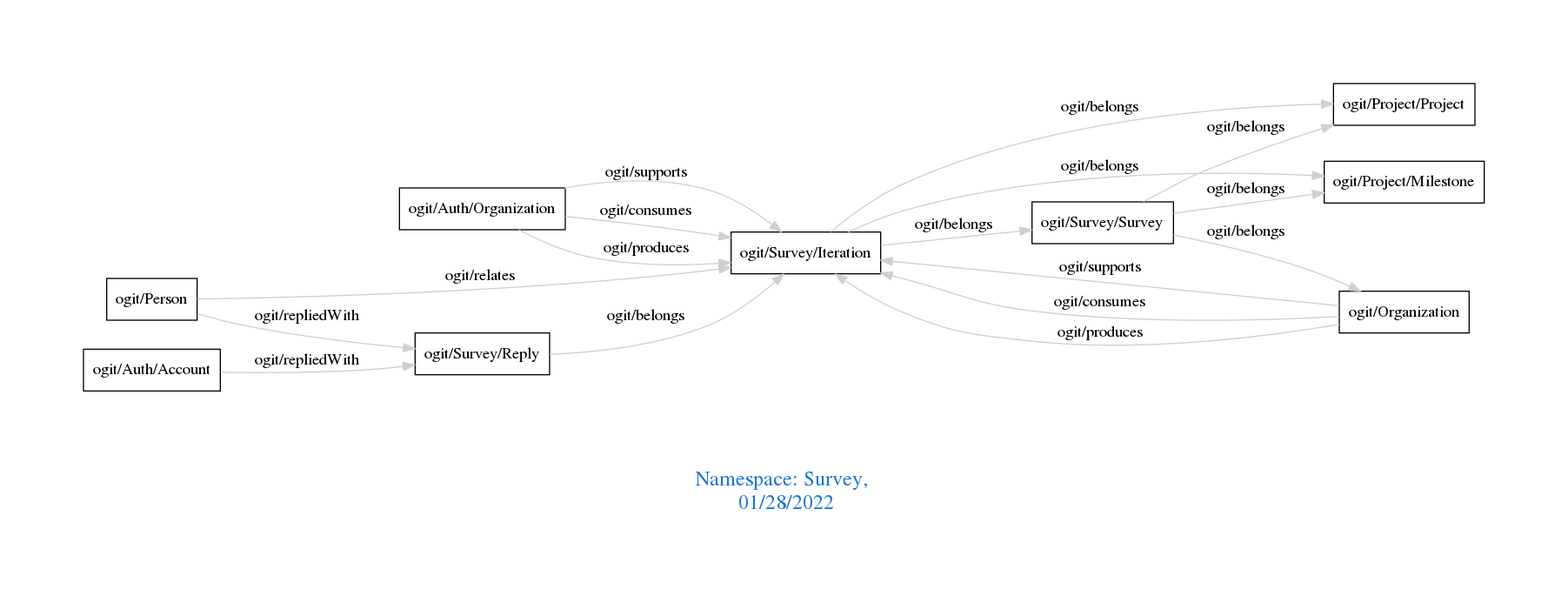
Above: downloads/Survey.png in arago/OGIT (Graphviz), before the change. Its source is kept beside it as downloads/Survey.dot.
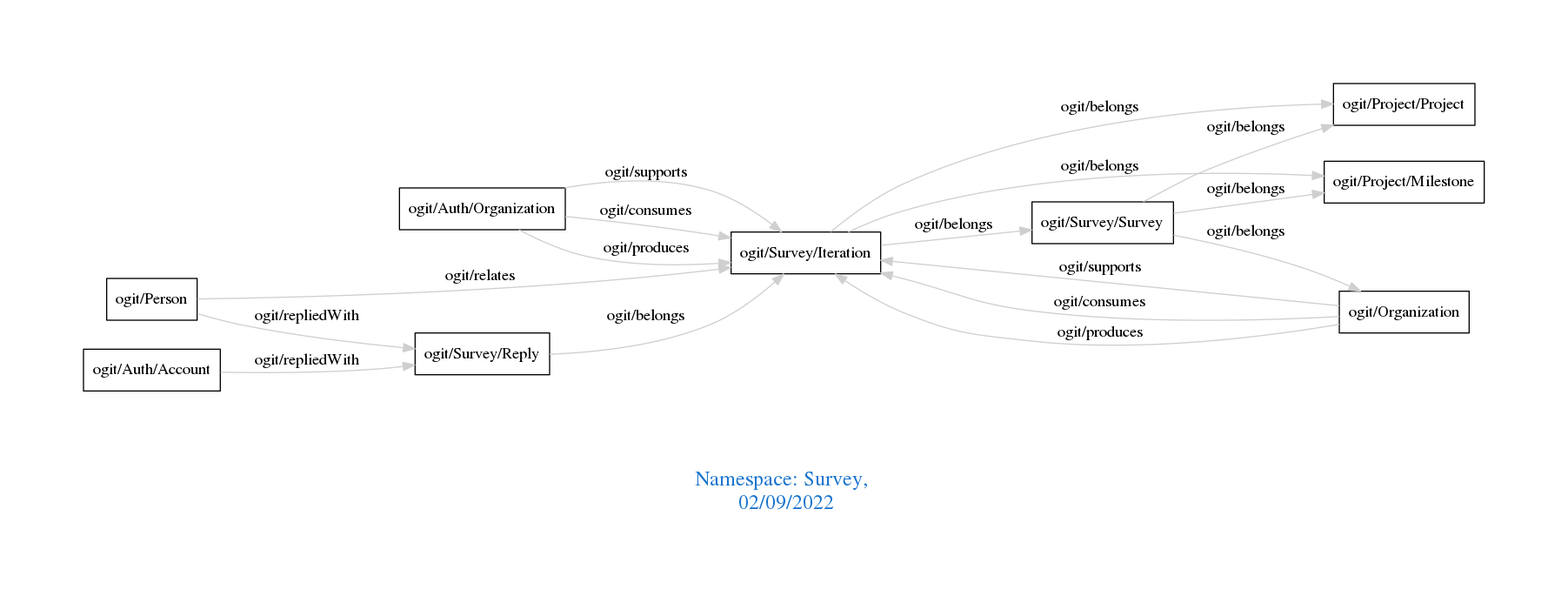
The same diagram one commit later.

Change to the diagram source:
```diff
@@ -1,7 +1,7 @@
 digraph OGIT_ontology {
  graph [ rankdir= LR,pad=1
 fontsize = 18,
-fontcolor= dodgerblue3,label = "\n\n\nNamespace: Survey, \n 01/28/2022"];
+fontcolor= dodgerblue3,label = "\n\n\nNamespace: Survey, \n 02/09/2022"];
 node[shape=polygon];
 edge [  color="gray81"];
 
```
